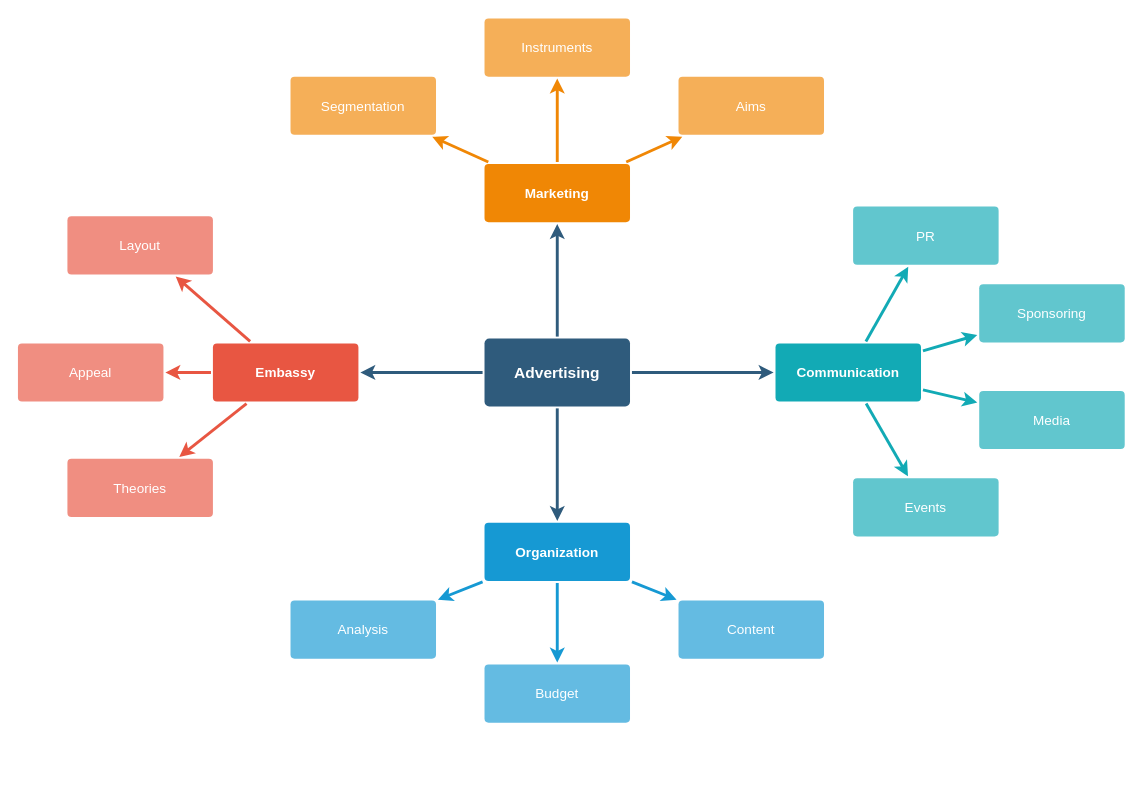
yangjiawen-qaq/hexo keeps this draw.io diagram as Untitled Diagram.drawio. Above is the earlier version. Source tidied: cells renumbered, new cells numbered last; positions are measured from the earlier drawing's top-left corner, leaving out a move shared by most shapes. Both pictures are drawn from the tidied source at 97%, with x=0, y=0 at pixel (17, 17).
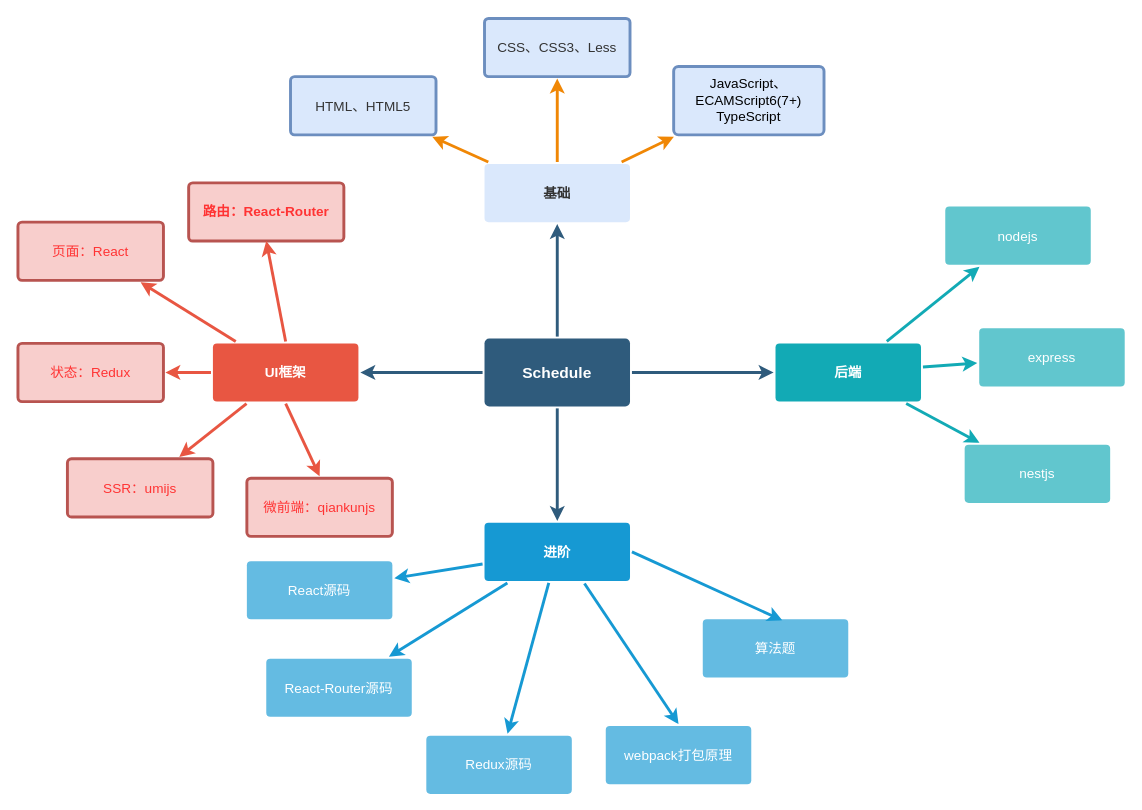
After the change.

The edit, as a diff of the source:
```diff
@@
-    <mxCell id="6" value="Advertising" style="rounded=1;whiteSpace=wrap;html=1;shadow=0;labelBackgroundColor=none;strokeColor=none;strokeWidth=3;fillColor=#2F5B7C;fontFamily=Helvetica;fontSize=16;fontColor=#FFFFFF;align=center;fontStyle=1;spacing=5;arcSize=7;perimeterSpacing=2;" parent="1" vertex="1">
+    <mxCell id="6" value="Schedule" style="rounded=1;whiteSpace=wrap;html=1;shadow=0;labelBackgroundColor=none;strokeColor=none;strokeWidth=3;fillColor=#2F5B7C;fontFamily=Helvetica;fontSize=16;fontColor=#FFFFFF;align=center;fontStyle=1;spacing=5;arcSize=7;perimeterSpacing=2;" parent="1" vertex="1">
       <mxGeometry x="481" y="330.5" width="150" height="70" as="geometry" />
     </mxCell>
@@
-    <mxCell id="10" value="Embassy" style="rounded=1;whiteSpace=wrap;html=1;shadow=0;labelBackgroundColor=none;strokeColor=none;strokeWidth=3;fillColor=#e85642;fontFamily=Helvetica;fontSize=14;fontColor=#FFFFFF;align=center;spacing=5;fontStyle=1;arcSize=7;perimeterSpacing=2;" parent="1" vertex="1">
+    <mxCell id="10" value="UI框架" style="rounded=1;whiteSpace=wrap;html=1;shadow=0;labelBackgroundColor=none;strokeColor=none;strokeWidth=3;fillColor=#e85642;fontFamily=Helvetica;fontSize=14;fontColor=#FFFFFF;align=center;spacing=5;fontStyle=1;arcSize=7;perimeterSpacing=2;" parent="1" vertex="1">
       <mxGeometry x="201" y="335.5" width="150" height="60" as="geometry" />
     </mxCell>
-    <mxCell id="11" value="Theories" style="rounded=1;whiteSpace=wrap;html=1;shadow=0;labelBackgroundColor=none;strokeColor=none;strokeWidth=3;fillColor=#f08e81;fontFamily=Helvetica;fontSize=14;fontColor=#FFFFFF;align=center;spacing=5;fontStyle=0;arcSize=7;perimeterSpacing=2;" parent="1" vertex="1">
+    <mxCell id="11" value="&lt;font color=&quot;#FF3333&quot;&gt;SSR：umijs&lt;/font&gt;" style="rounded=1;whiteSpace=wrap;html=1;shadow=0;labelBackgroundColor=none;strokeColor=#b85450;strokeWidth=3;fillColor=#f8cecc;fontFamily=Helvetica;fontSize=14;align=center;spacing=5;fontStyle=0;arcSize=7;perimeterSpacing=2;" parent="1" vertex="1">
       <mxGeometry x="51" y="454.5" width="150" height="60" as="geometry" />
     </mxCell>
-    <mxCell id="12" value="Appeal" style="rounded=1;whiteSpace=wrap;html=1;shadow=0;labelBackgroundColor=none;strokeColor=none;strokeWidth=3;fillColor=#f08e81;fontFamily=Helvetica;fontSize=14;fontColor=#FFFFFF;align=center;spacing=5;fontStyle=0;arcSize=7;perimeterSpacing=2;" parent="1" vertex="1">
+    <mxCell id="12" value="&lt;font color=&quot;#FF3333&quot;&gt;状态：Redux&lt;/font&gt;" style="rounded=1;whiteSpace=wrap;html=1;shadow=0;labelBackgroundColor=none;strokeColor=#b85450;strokeWidth=3;fillColor=#f8cecc;fontFamily=Helvetica;fontSize=14;align=center;spacing=5;fontStyle=0;arcSize=7;perimeterSpacing=2;" parent="1" vertex="1">
       <mxGeometry y="335.5" width="150" height="60" as="geometry" />
     </mxCell>
-    <mxCell id="13" value="Layout" style="rounded=1;whiteSpace=wrap;html=1;shadow=0;labelBackgroundColor=none;strokeColor=none;strokeWidth=3;fillColor=#f08e81;fontFamily=Helvetica;fontSize=14;fontColor=#FFFFFF;align=center;spacing=5;fontStyle=0;arcSize=7;perimeterSpacing=2;" parent="1" vertex="1">
-      <mxGeometry x="51" y="204.5" width="150" height="60" as="geometry" />
+    <mxCell id="13" value="&lt;font color=&quot;#FF3333&quot;&gt;页面：React&lt;/font&gt;" style="rounded=1;whiteSpace=wrap;html=1;shadow=0;labelBackgroundColor=none;strokeColor=#b85450;strokeWidth=3;fillColor=#f8cecc;fontFamily=Helvetica;fontSize=14;align=center;spacing=5;fontStyle=0;arcSize=7;perimeterSpacing=2;" parent="1" vertex="1">
+      <mxGeometry y="210.5" width="150" height="60" as="geometry" />
     </mxCell>
@@
-    <mxCell id="17" value="Organization" style="rounded=1;whiteSpace=wrap;html=1;shadow=0;labelBackgroundColor=none;strokeColor=none;strokeWidth=3;fillColor=#1699d3;fontFamily=Helvetica;fontSize=14;fontColor=#FFFFFF;align=center;spacing=5;fontStyle=1;arcSize=7;perimeterSpacing=2;" parent="1" vertex="1">
+    <mxCell id="17" value="进阶" style="rounded=1;whiteSpace=wrap;html=1;shadow=0;labelBackgroundColor=none;strokeColor=none;strokeWidth=3;fillColor=#1699d3;fontFamily=Helvetica;fontSize=14;fontColor=#FFFFFF;align=center;spacing=5;fontStyle=1;arcSize=7;perimeterSpacing=2;" parent="1" vertex="1">
       <mxGeometry x="481" y="520.5" width="150" height="60" as="geometry" />
     </mxCell>
-    <mxCell id="18" value="Content" style="rounded=1;whiteSpace=wrap;html=1;shadow=0;labelBackgroundColor=none;strokeColor=none;strokeWidth=3;fillColor=#64bbe2;fontFamily=Helvetica;fontSize=14;fontColor=#FFFFFF;align=center;spacing=5;arcSize=7;perimeterSpacing=2;" parent="1" vertex="1">
-      <mxGeometry x="681" y="600.5" width="150" height="60" as="geometry" />
+    <mxCell id="18" value="Redux源码" style="rounded=1;whiteSpace=wrap;html=1;shadow=0;labelBackgroundColor=none;strokeColor=none;strokeWidth=3;fillColor=#64bbe2;fontFamily=Helvetica;fontSize=14;fontColor=#FFFFFF;align=center;spacing=5;arcSize=7;perimeterSpacing=2;" parent="1" vertex="1">
+      <mxGeometry x="421" y="740" width="150" height="60" as="geometry" />
     </mxCell>
-    <mxCell id="19" value="Budget" style="rounded=1;whiteSpace=wrap;html=1;shadow=0;labelBackgroundColor=none;strokeColor=none;strokeWidth=3;fillColor=#64bbe2;fontFamily=Helvetica;fontSize=14;fontColor=#FFFFFF;align=center;spacing=5;arcSize=7;perimeterSpacing=2;" parent="1" vertex="1">
-      <mxGeometry x="481" y="666.5" width="150" height="60" as="geometry" />
+    <mxCell id="19" value="React-Router源码" style="rounded=1;whiteSpace=wrap;html=1;shadow=0;labelBackgroundColor=none;strokeColor=none;strokeWidth=3;fillColor=#64bbe2;fontFamily=Helvetica;fontSize=14;fontColor=#FFFFFF;align=center;spacing=5;arcSize=7;perimeterSpacing=2;" parent="1" vertex="1">
+      <mxGeometry x="256" y="660.5" width="150" height="60" as="geometry" />
     </mxCell>
-    <mxCell id="20" value="Analysis" style="rounded=1;whiteSpace=wrap;html=1;shadow=0;labelBackgroundColor=none;strokeColor=none;strokeWidth=3;fillColor=#64bbe2;fontFamily=Helvetica;fontSize=14;fontColor=#FFFFFF;align=center;spacing=5;arcSize=7;perimeterSpacing=2;" parent="1" vertex="1">
-      <mxGeometry x="281" y="600.5" width="150" height="60" as="geometry" />
+    <mxCell id="20" value="React源码" style="rounded=1;whiteSpace=wrap;html=1;shadow=0;labelBackgroundColor=none;strokeColor=none;strokeWidth=3;fillColor=#64bbe2;fontFamily=Helvetica;fontSize=14;fontColor=#FFFFFF;align=center;spacing=5;arcSize=7;perimeterSpacing=2;" parent="1" vertex="1">
+      <mxGeometry x="236" y="560" width="150" height="60" as="geometry" />
     </mxCell>
-    <mxCell id="21" value="Marketing" style="rounded=1;whiteSpace=wrap;html=1;shadow=0;labelBackgroundColor=none;strokeColor=none;strokeWidth=3;fillColor=#F08705;fontFamily=Helvetica;fontSize=14;fontColor=#FFFFFF;align=center;spacing=5;fontStyle=1;arcSize=7;perimeterSpacing=2;" parent="1" vertex="1">
+    <mxCell id="21" value="&lt;font color=&quot;#333333&quot;&gt;基础&lt;/font&gt;" style="rounded=1;whiteSpace=wrap;html=1;shadow=0;labelBackgroundColor=none;strokeWidth=3;fontFamily=Helvetica;fontSize=14;align=center;spacing=5;fontStyle=1;arcSize=7;perimeterSpacing=2;fontColor=#ffffff;fillColor=#DAE8FC;strokeColor=none;" parent="1" vertex="1">
       <mxGeometry x="481" y="150.5" width="150" height="60" as="geometry" />
     </mxCell>
-    <mxCell id="22" value="Aims&lt;br&gt;" style="rounded=1;whiteSpace=wrap;html=1;shadow=0;labelBackgroundColor=none;strokeColor=none;strokeWidth=3;fillColor=#f5af58;fontFamily=Helvetica;fontSize=14;fontColor=#FFFFFF;align=center;spacing=5;arcSize=7;perimeterSpacing=2;" parent="1" vertex="1">
-      <mxGeometry x="681" y="60.5" width="150" height="60" as="geometry" />
+    <mxCell id="22" value="&lt;div&gt;&lt;span style=&quot;background-color: rgb(218 , 232 , 252)&quot;&gt;JavaScript、ECAMScript6(7+)&lt;br&gt;&lt;/span&gt;&lt;/div&gt;&lt;div&gt;TypeScript&lt;br&gt;&lt;span style=&quot;background-color: rgb(218 , 232 , 252)&quot;&gt;&lt;/span&gt;&lt;/div&gt;" style="rounded=1;whiteSpace=wrap;html=1;shadow=0;labelBackgroundColor=none;strokeColor=#6c8ebf;strokeWidth=3;fillColor=#dae8fc;fontFamily=Helvetica;fontSize=14;align=center;spacing=5;arcSize=7;perimeterSpacing=2;" parent="1" vertex="1">
+      <mxGeometry x="676" y="50" width="155" height="70.5" as="geometry" />
     </mxCell>
@@
-    <mxCell id="24" value="Instruments" style="rounded=1;whiteSpace=wrap;html=1;shadow=0;labelBackgroundColor=none;strokeColor=none;strokeWidth=3;fillColor=#f5af58;fontFamily=Helvetica;fontSize=14;fontColor=#FFFFFF;align=center;spacing=5;arcSize=7;perimeterSpacing=2;" parent="1" vertex="1">
+    <mxCell id="24" value="&lt;font color=&quot;#333333&quot;&gt;CSS、CSS3、Less&lt;/font&gt;" style="rounded=1;whiteSpace=wrap;html=1;shadow=0;labelBackgroundColor=none;strokeColor=#6c8ebf;strokeWidth=3;fillColor=#dae8fc;fontFamily=Helvetica;fontSize=14;align=center;spacing=5;arcSize=7;perimeterSpacing=2;" parent="1" vertex="1">
       <mxGeometry x="481" y="0.5" width="150" height="60" as="geometry" />
     </mxCell>
@@
-    <mxCell id="26" value="Segmentation" style="rounded=1;whiteSpace=wrap;html=1;shadow=0;labelBackgroundColor=none;strokeColor=none;strokeWidth=3;fillColor=#f5af58;fontFamily=Helvetica;fontSize=14;fontColor=#FFFFFF;align=center;spacing=5;arcSize=7;perimeterSpacing=2;" parent="1" vertex="1">
+    <mxCell id="26" value="&lt;font color=&quot;#333333&quot;&gt;HTML、HTML5&lt;/font&gt;" style="rounded=1;whiteSpace=wrap;html=1;shadow=0;labelBackgroundColor=none;strokeColor=#6c8ebf;strokeWidth=3;fillColor=#dae8fc;fontFamily=Helvetica;fontSize=14;align=center;spacing=5;arcSize=7;perimeterSpacing=2;" parent="1" vertex="1">
       <mxGeometry x="281" y="60.5" width="150" height="60" as="geometry" />
     </mxCell>
@@
-    <mxCell id="28" value="Communication" style="rounded=1;whiteSpace=wrap;html=1;shadow=0;labelBackgroundColor=none;strokeColor=none;strokeWidth=3;fillColor=#12aab5;fontFamily=Helvetica;fontSize=14;fontColor=#FFFFFF;align=center;spacing=5;fontStyle=1;arcSize=7;perimeterSpacing=2;" parent="1" vertex="1">
+    <mxCell id="28" value="后端" style="rounded=1;whiteSpace=wrap;html=1;shadow=0;labelBackgroundColor=none;strokeColor=none;strokeWidth=3;fillColor=#12aab5;fontFamily=Helvetica;fontSize=14;fontColor=#FFFFFF;align=center;spacing=5;fontStyle=1;arcSize=7;perimeterSpacing=2;" parent="1" vertex="1">
       <mxGeometry x="781" y="335.5" width="150" height="60" as="geometry" />
     </mxCell>
-    <mxCell id="29" value="Events" style="rounded=1;whiteSpace=wrap;html=1;shadow=0;labelBackgroundColor=none;strokeColor=none;strokeWidth=3;fillColor=#61c6ce;fontFamily=Helvetica;fontSize=14;fontColor=#FFFFFF;align=center;spacing=5;fontStyle=0;arcSize=7;perimeterSpacing=2;" parent="1" vertex="1">
-      <mxGeometry x="861" y="474.5" width="150" height="60" as="geometry" />
-    </mxCell>
-    <mxCell id="30" style="edgeStyle=none;rounded=1;jumpStyle=none;html=1;shadow=0;labelBackgroundColor=none;startArrow=none;startFill=0;jettySize=auto;strokeColor=#12AAB5;strokeWidth=3;fontFamily=Helvetica;fontSize=14;fontColor=#FFFFFF;spacing=5;fontStyle=1;fillColor=#b0e3e6;" parent="1" edge="1" source="28" target="29">
-      <mxGeometry relative="1" as="geometry" />
-    </mxCell>
-    <mxCell id="31" value="Media" style="rounded=1;whiteSpace=wrap;html=1;shadow=0;labelBackgroundColor=none;strokeColor=none;strokeWidth=3;fillColor=#61c6ce;fontFamily=Helvetica;fontSize=14;fontColor=#FFFFFF;align=center;spacing=5;fontStyle=0;arcSize=7;perimeterSpacing=2;" parent="1" vertex="1">
-      <mxGeometry x="991" y="384.5" width="150" height="60" as="geometry" />
+    <mxCell id="31" value="nestjs" style="rounded=1;whiteSpace=wrap;html=1;shadow=0;labelBackgroundColor=none;strokeColor=none;strokeWidth=3;fillColor=#61c6ce;fontFamily=Helvetica;fontSize=14;fontColor=#FFFFFF;align=center;spacing=5;fontStyle=0;arcSize=7;perimeterSpacing=2;" parent="1" vertex="1">
+      <mxGeometry x="976" y="440" width="150" height="60" as="geometry" />
     </mxCell>
@@
-    <mxCell id="33" value="Sponsoring" style="rounded=1;whiteSpace=wrap;html=1;shadow=0;labelBackgroundColor=none;strokeColor=none;strokeWidth=3;fillColor=#61c6ce;fontFamily=Helvetica;fontSize=14;fontColor=#FFFFFF;align=center;spacing=5;fontStyle=0;arcSize=7;perimeterSpacing=2;" parent="1" vertex="1">
-      <mxGeometry x="991" y="274.5" width="150" height="60" as="geometry" />
+    <mxCell id="33" value="express" style="rounded=1;whiteSpace=wrap;html=1;shadow=0;labelBackgroundColor=none;strokeColor=none;strokeWidth=3;fillColor=#61c6ce;fontFamily=Helvetica;fontSize=14;fontColor=#FFFFFF;align=center;spacing=5;fontStyle=0;arcSize=7;perimeterSpacing=2;" parent="1" vertex="1">
+      <mxGeometry x="991" y="320" width="150" height="60" as="geometry" />
     </mxCell>
@@
-    <mxCell id="35" value="PR" style="rounded=1;whiteSpace=wrap;html=1;shadow=0;labelBackgroundColor=none;strokeColor=none;strokeWidth=3;fillColor=#61c6ce;fontFamily=Helvetica;fontSize=14;fontColor=#FFFFFF;align=center;spacing=5;fontStyle=0;arcSize=7;perimeterSpacing=2;" parent="1" vertex="1">
-      <mxGeometry x="861" y="194.5" width="150" height="60" as="geometry" />
+    <mxCell id="35" value="nodejs" style="rounded=1;whiteSpace=wrap;html=1;shadow=0;labelBackgroundColor=none;strokeColor=none;strokeWidth=3;fillColor=#61c6ce;fontFamily=Helvetica;fontSize=14;fontColor=#FFFFFF;align=center;spacing=5;fontStyle=0;arcSize=7;perimeterSpacing=2;" parent="1" vertex="1">
+      <mxGeometry x="956" y="194.5" width="150" height="60" as="geometry" />
     </mxCell>
@@
+    <mxCell id="37" value="&lt;font color=&quot;#FF3333&quot;&gt;路由：React-Router&lt;/font&gt;" style="rounded=1;whiteSpace=wrap;html=1;shadow=0;fontSize=14;fontStyle=1;strokeColor=#b85450;strokeWidth=3;spacing=5;arcSize=7;fillColor=#f8cecc;" parent="1" vertex="1">
+      <mxGeometry x="176" y="170" width="160" height="60" as="geometry" />
+    </mxCell>
+    <mxCell id="38" style="edgeStyle=none;rounded=1;jumpStyle=none;html=1;shadow=0;labelBackgroundColor=none;startArrow=none;startFill=0;jettySize=auto;strokeColor=#E85642;strokeWidth=3;fontFamily=Helvetica;fontSize=14;fontColor=#FFFFFF;spacing=5;fontStyle=1;fillColor=#b0e3e6;exitX=0.5;exitY=0;exitDx=0;exitDy=0;entryX=0.5;entryY=1;entryDx=0;entryDy=0;" parent="1" edge="1" source="10" target="37">
+      <mxGeometry relative="1" as="geometry" />
+    </mxCell>
+    <mxCell id="39" value="&lt;font color=&quot;#FF3333&quot;&gt;微前端：qiankunjs&lt;/font&gt;" style="rounded=1;whiteSpace=wrap;html=1;shadow=0;labelBackgroundColor=none;strokeColor=#b85450;strokeWidth=3;fillColor=#f8cecc;fontFamily=Helvetica;fontSize=14;align=center;spacing=5;fontStyle=0;arcSize=7;perimeterSpacing=2;" parent="1" vertex="1">
+      <mxGeometry x="236" y="474.5" width="150" height="60" as="geometry" />
+    </mxCell>
+    <mxCell id="40" style="edgeStyle=none;rounded=1;jumpStyle=none;html=1;shadow=0;labelBackgroundColor=none;startArrow=none;startFill=0;jettySize=auto;strokeColor=#E85642;strokeWidth=3;fontFamily=Helvetica;fontSize=14;fontColor=#FFFFFF;spacing=5;fontStyle=1;fillColor=#b0e3e6;exitX=0.5;exitY=1;exitDx=0;exitDy=0;entryX=0.5;entryY=0;entryDx=0;entryDy=0;" parent="1" edge="1" source="10" target="39">
+      <mxGeometry relative="1" as="geometry" />
+    </mxCell>
+    <mxCell id="41" value="webpack打包原理" style="rounded=1;whiteSpace=wrap;html=1;shadow=0;labelBackgroundColor=none;strokeColor=none;strokeWidth=3;fillColor=#64bbe2;fontFamily=Helvetica;fontSize=14;fontColor=#FFFFFF;align=center;spacing=5;arcSize=7;perimeterSpacing=2;" parent="1" vertex="1">
+      <mxGeometry x="606" y="730" width="150" height="60" as="geometry" />
+    </mxCell>
+    <mxCell id="42" style="edgeStyle=none;rounded=0;jumpStyle=none;html=1;shadow=0;labelBackgroundColor=none;startArrow=none;startFill=0;endArrow=classic;endFill=1;jettySize=auto;strokeColor=#1699D3;strokeWidth=3;fontFamily=Helvetica;fontSize=14;fontColor=#FFFFFF;spacing=5;exitX=0.682;exitY=1.008;exitDx=0;exitDy=0;exitPerimeter=0;entryX=0.5;entryY=0;entryDx=0;entryDy=0;" parent="1" edge="1" source="17" target="41">
+      <mxGeometry relative="1" as="geometry" />
+    </mxCell>
+    <mxCell id="43" value="算法题" style="rounded=1;whiteSpace=wrap;html=1;shadow=0;labelBackgroundColor=none;strokeColor=none;strokeWidth=3;fillColor=#64bbe2;fontFamily=Helvetica;fontSize=14;fontColor=#FFFFFF;align=center;spacing=5;arcSize=7;perimeterSpacing=2;" parent="1" vertex="1">
+      <mxGeometry x="706" y="620" width="150" height="60" as="geometry" />
+    </mxCell>
+    <mxCell id="44" style="edgeStyle=none;rounded=0;jumpStyle=none;html=1;shadow=0;labelBackgroundColor=none;startArrow=none;startFill=0;endArrow=classic;endFill=1;jettySize=auto;strokeColor=#1699D3;strokeWidth=3;fontFamily=Helvetica;fontSize=14;fontColor=#FFFFFF;spacing=5;exitX=1;exitY=0.5;exitDx=0;exitDy=0;entryX=0.545;entryY=0.047;entryDx=0;entryDy=0;entryPerimeter=0;" parent="1" edge="1" source="17" target="43">
+      <mxGeometry relative="1" as="geometry" />
+    </mxCell>
```
